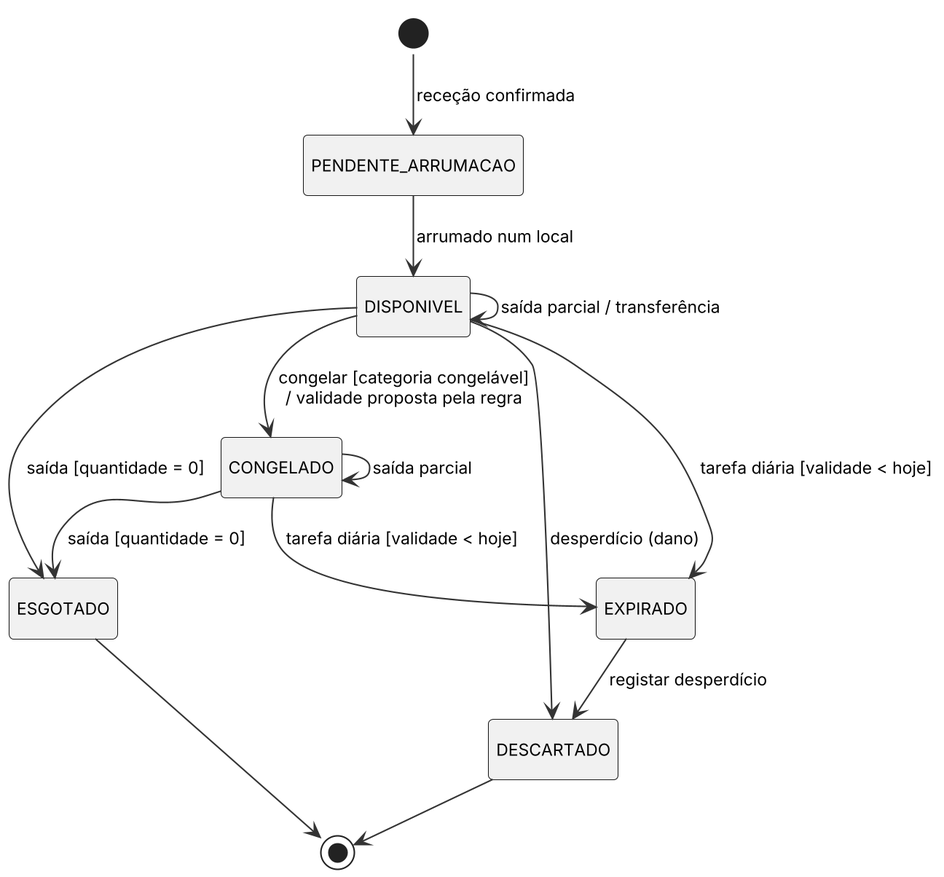
Miguel31028/GASC keeps this PlantUML diagram as Docs/diagramas/st_lote.png. Above is the earlier version. Source of this version:
```plantuml
@startuml
!include _estilo.iuml
hide empty description
[*] --> PENDENTE_ARRUMACAO : receção confirmada
PENDENTE_ARRUMACAO --> DISPONIVEL : arrumado num local
DISPONIVEL --> DISPONIVEL : saída parcial / transferência
DISPONIVEL --> CONGELADO : congelar [categoria congelável]\n/ validade proposta pela regra
CONGELADO --> CONGELADO : saída parcial
DISPONIVEL --> ESGOTADO : saída [quantidade = 0]
CONGELADO --> ESGOTADO : saída [quantidade = 0]
DISPONIVEL --> EXPIRADO : tarefa diária [validade < hoje]
CONGELADO --> EXPIRADO : tarefa diária [validade < hoje]
EXPIRADO --> DESCARTADO : registar desperdício
DISPONIVEL --> DESCARTADO : desperdício (dano)
ESGOTADO --> [*]
DESCARTADO --> [*]
@enduml
```
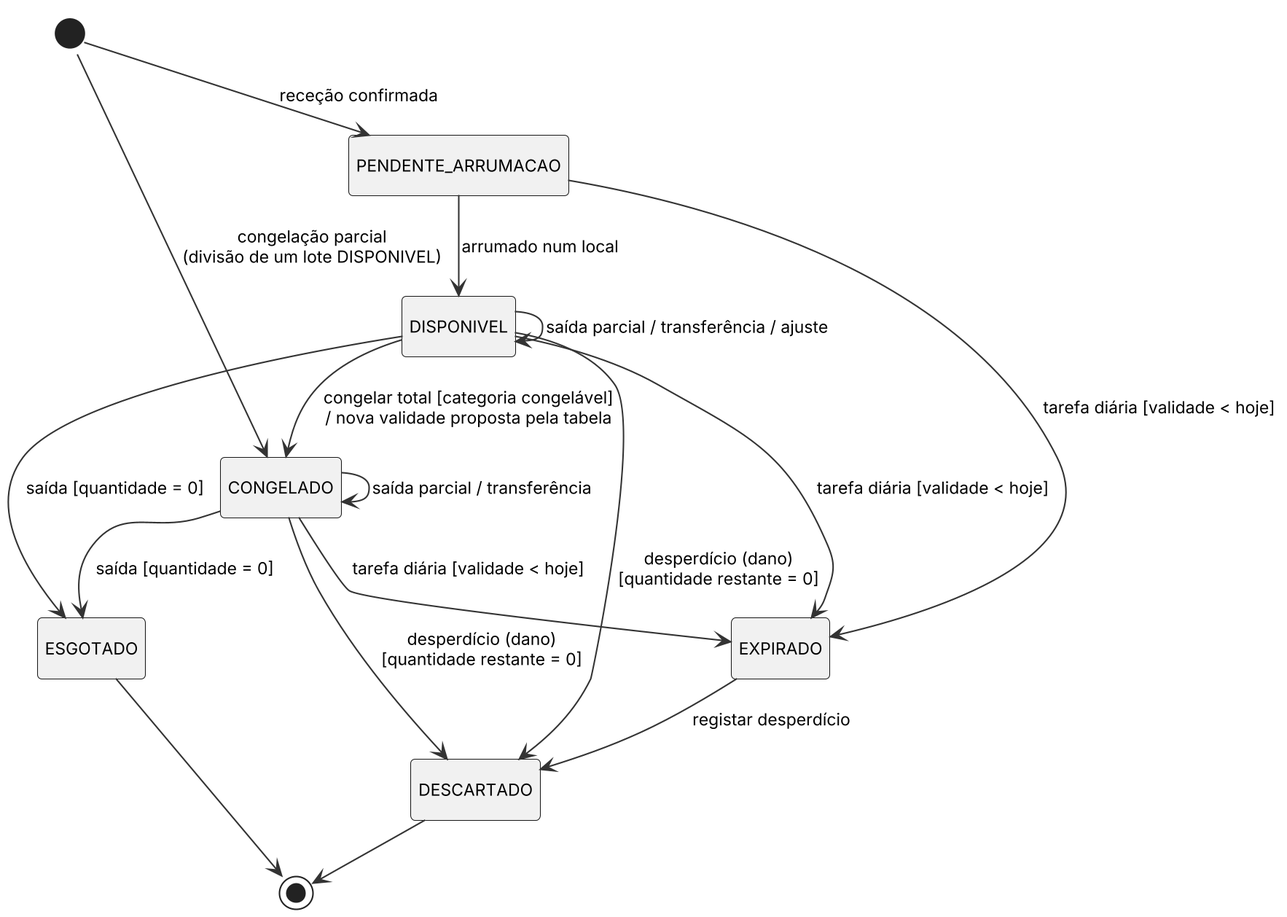
Above is the later version.

What changed in the source:
```diff
@@ -2,16 +2,19 @@
 !include _estilo.iuml
 hide empty description
 [*] --> PENDENTE_ARRUMACAO : receção confirmada
+[*] --> CONGELADO : congelação parcial\n(divisão de um lote DISPONIVEL)
 PENDENTE_ARRUMACAO --> DISPONIVEL : arrumado num local
-DISPONIVEL --> DISPONIVEL : saída parcial / transferência
-DISPONIVEL --> CONGELADO : congelar [categoria congelável]\n/ validade proposta pela regra
-CONGELADO --> CONGELADO : saída parcial
+PENDENTE_ARRUMACAO --> EXPIRADO : tarefa diária [validade < hoje]
+DISPONIVEL --> DISPONIVEL : saída parcial / transferência / ajuste
+DISPONIVEL --> CONGELADO : congelar total [categoria congelável]\n/ nova validade proposta pela tabela
+CONGELADO --> CONGELADO : saída parcial / transferência
 DISPONIVEL --> ESGOTADO : saída [quantidade = 0]
 CONGELADO --> ESGOTADO : saída [quantidade = 0]
 DISPONIVEL --> EXPIRADO : tarefa diária [validade < hoje]
 CONGELADO --> EXPIRADO : tarefa diária [validade < hoje]
 EXPIRADO --> DESCARTADO : registar desperdício
-DISPONIVEL --> DESCARTADO : desperdício (dano)
+DISPONIVEL --> DESCARTADO : desperdício (dano)\n[quantidade restante = 0]
+CONGELADO --> DESCARTADO : desperdício (dano)\n[quantidade restante = 0]
 ESGOTADO --> [*]
 DESCARTADO --> [*]
 @enduml
```
